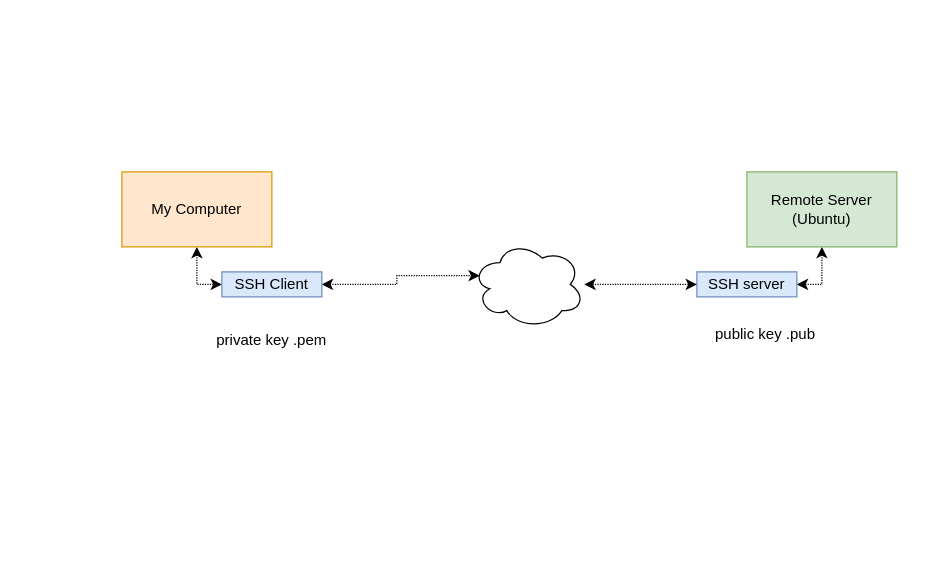
The draw.io diagram page "Linux - SSH" (3 of 3) of ssh.drawio in emersonmellado/devopsbc, before the edit. Source tidied: cells renumbered, new cells numbered last; positions are measured from the earlier drawing's top-left corner, leaving out a move shared by most shapes. Both pictures are drawn from the tidied source at 125%, with x=0, y=0 at pixel (121, 171).
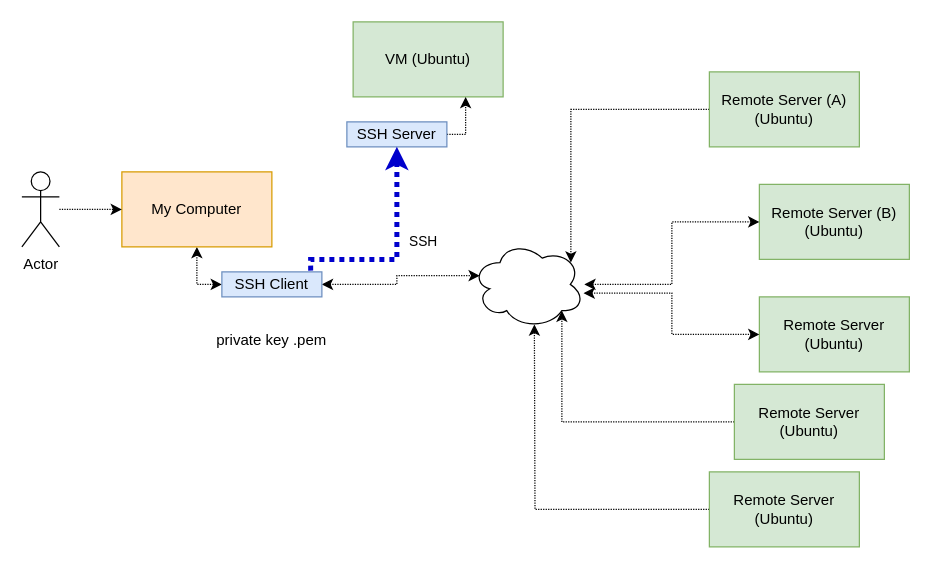
After the change.

The change refers to these unchanged cells:
```xml
<mxCell id="3" value="My Computer" style="rounded=0;whiteSpace=wrap;html=1;fillColor=#ffe6cc;strokeColor=#d79b00;" parent="1" vertex="1">
  <mxGeometry width="120" height="60" as="geometry" />
</mxCell>
<mxCell id="7" value="SSH Client" style="rounded=0;whiteSpace=wrap;html=1;fillColor=#dae8fc;strokeColor=#6c8ebf;" parent="1" vertex="1">
  <mxGeometry x="80" y="80" width="80" height="20" as="geometry" />
</mxCell>
<mxCell id="10" style="ellipse;shape=cloud;whiteSpace=wrap;html=1;" parent="1" vertex="1">
  <mxGeometry x="280" y="55" width="90" height="70" as="geometry" />
</mxCell>
```

Change to the diagram source:
```diff
@@
-    <mxCell id="4" style="edgeStyle=orthogonalEdgeStyle;rounded=0;jettySize=auto;html=1;entryX=1;entryY=0.5;entryDx=0;entryDy=0;dashed=1;dashPattern=1 1;startArrow=classic;startFill=1;" parent="1" edge="1" source="5" target="8">
-      <mxGeometry relative="1" as="geometry" />
-    </mxCell>
-    <mxCell id="5" value="Remote Server&lt;br&gt;(Ubuntu)" style="rounded=0;whiteSpace=wrap;html=1;fillColor=#d5e8d4;strokeColor=#82b366;" parent="1" vertex="1">
-      <mxGeometry x="500" width="120" height="60" as="geometry" />
+    <mxCell id="5" value="Remote Server (B)&lt;br&gt;(Ubuntu)" style="rounded=0;whiteSpace=wrap;html=1;fillColor=#d5e8d4;strokeColor=#82b366;" parent="1" vertex="1">
+      <mxGeometry x="510" y="10" width="120" height="60" as="geometry" />
     </mxCell>
@@
-    <mxCell id="8" value="SSH server" style="rounded=0;whiteSpace=wrap;html=1;fillColor=#dae8fc;strokeColor=#6c8ebf;" parent="1" vertex="1">
-      <mxGeometry x="460" y="80" width="80" height="20" as="geometry" />
-    </mxCell>
-    <mxCell id="9" style="edgeStyle=orthogonalEdgeStyle;rounded=0;jettySize=auto;html=1;dashed=1;dashPattern=1 1;startArrow=classic;startFill=1;strokeColor=#000000;" parent="1" edge="1" source="10" target="8">
+    <mxCell id="9" style="edgeStyle=orthogonalEdgeStyle;rounded=0;jettySize=auto;html=1;dashed=1;dashPattern=1 1;startArrow=classic;startFill=1;strokeColor=#000000;entryX=0;entryY=0.5;entryDx=0;entryDy=0;" parent="1" edge="1" source="10" target="5">
       <mxGeometry relative="1" as="geometry" />
     </mxCell>
@@
-    <mxCell id="12" value="public key .pub" style="text;html=1;strokeColor=none;fillColor=none;align=center;verticalAlign=middle;whiteSpace=wrap;rounded=0;" parent="1" vertex="1">
-      <mxGeometry x="450" y="120" width="130" height="20" as="geometry" />
-    </mxCell>
+    <mxCell id="13" value="Remote Server&lt;br&gt;(Ubuntu)" style="rounded=0;whiteSpace=wrap;html=1;fillColor=#d5e8d4;strokeColor=#82b366;" parent="1" vertex="1">
+      <mxGeometry x="510" y="100" width="120" height="60" as="geometry" />
+    </mxCell>
+    <mxCell id="14" style="edgeStyle=orthogonalEdgeStyle;rounded=0;jettySize=auto;html=1;dashed=1;dashPattern=1 1;startArrow=classic;startFill=1;strokeColor=#000000;entryX=0;entryY=0.5;entryDx=0;entryDy=0;exitX=0.993;exitY=0.6;exitDx=0;exitDy=0;exitPerimeter=0;" parent="1" edge="1" source="10" target="13">
+      <mxGeometry relative="1" as="geometry" />
+    </mxCell>
+    <mxCell id="15" style="edgeStyle=orthogonalEdgeStyle;rounded=0;jettySize=auto;html=1;entryX=0.8;entryY=0.8;entryDx=0;entryDy=0;entryPerimeter=0;dashed=1;dashPattern=1 1;" parent="1" edge="1" source="16" target="10">
+      <mxGeometry relative="1" as="geometry" />
+    </mxCell>
+    <mxCell id="16" value="Remote Server&lt;br&gt;(Ubuntu)" style="rounded=0;whiteSpace=wrap;html=1;fillColor=#d5e8d4;strokeColor=#82b366;" parent="1" vertex="1">
+      <mxGeometry x="490" y="170" width="120" height="60" as="geometry" />
+    </mxCell>
+    <mxCell id="17" style="edgeStyle=orthogonalEdgeStyle;rounded=0;jettySize=auto;html=1;dashed=1;dashPattern=1 1;" parent="1" edge="1" source="18">
+      <mxGeometry relative="1" as="geometry">
+        <mxPoint x="330" y="122" as="targetPoint" />
+      </mxGeometry>
+    </mxCell>
+    <mxCell id="18" value="Remote Server&lt;br&gt;(Ubuntu)" style="rounded=0;whiteSpace=wrap;html=1;fillColor=#d5e8d4;strokeColor=#82b366;" parent="1" vertex="1">
+      <mxGeometry x="470" y="240" width="120" height="60" as="geometry" />
+    </mxCell>
+    <mxCell id="19" style="edgeStyle=orthogonalEdgeStyle;rounded=0;jettySize=auto;html=1;entryX=0.88;entryY=0.25;entryDx=0;entryDy=0;entryPerimeter=0;dashed=1;dashPattern=1 1;" parent="1" edge="1" source="20" target="10">
+      <mxGeometry relative="1" as="geometry" />
+    </mxCell>
+    <mxCell id="20" value="Remote Server (A)&lt;br&gt;(Ubuntu)" style="rounded=0;whiteSpace=wrap;html=1;fillColor=#d5e8d4;strokeColor=#82b366;" parent="1" vertex="1">
+      <mxGeometry x="470" y="-80" width="120" height="60" as="geometry" />
+    </mxCell>
+    <mxCell id="21" style="edgeStyle=orthogonalEdgeStyle;rounded=0;jettySize=auto;html=1;dashed=1;dashPattern=1 1;" parent="1" edge="1" source="22" target="3">
+      <mxGeometry relative="1" as="geometry" />
+    </mxCell>
+    <mxCell id="22" value="Actor" style="shape=umlActor;verticalLabelPosition=bottom;verticalAlign=top;html=1;outlineConnect=0;" parent="1" vertex="1">
+      <mxGeometry x="-80" width="30" height="60" as="geometry" />
+    </mxCell>
+    <mxCell id="23" value="VM (Ubuntu)" style="rounded=0;whiteSpace=wrap;html=1;fillColor=#d5e8d4;strokeColor=#82b366;" parent="1" vertex="1">
+      <mxGeometry x="185" y="-120" width="120" height="60" as="geometry" />
+    </mxCell>
+    <mxCell id="24" style="edgeStyle=orthogonalEdgeStyle;rounded=0;jettySize=auto;html=1;entryX=0.75;entryY=1;entryDx=0;entryDy=0;dashed=1;dashPattern=1 1;exitX=1;exitY=0.5;exitDx=0;exitDy=0;" parent="1" edge="1" source="25" target="23">
+      <mxGeometry relative="1" as="geometry" />
+    </mxCell>
+    <mxCell id="25" value="SSH Server" style="rounded=0;whiteSpace=wrap;html=1;fillColor=#dae8fc;strokeColor=#6c8ebf;" parent="1" vertex="1">
+      <mxGeometry x="180" y="-40" width="80" height="20" as="geometry" />
+    </mxCell>
+    <mxCell id="26" style="edgeStyle=orthogonalEdgeStyle;rounded=0;jettySize=auto;html=1;dashed=1;dashPattern=1 1;exitX=0.888;exitY=-0.05;exitDx=0;exitDy=0;exitPerimeter=0;strokeColor=#0000CC;strokeWidth=4;" parent="1" edge="1" source="7" target="25">
+      <mxGeometry relative="1" as="geometry">
+        <Array as="points">
+          <mxPoint x="151" y="70" />
+          <mxPoint x="220" y="70" />
+        </Array>
+      </mxGeometry>
+    </mxCell>
+    <mxCell id="27" value="SSH" style="edgeLabel;html=1;align=center;verticalAlign=middle;rotation=0;" parent="26" vertex="1">
+      <mxGeometry x="0.13" y="-3" relative="1" as="geometry">
+        <mxPoint x="17" y="2" as="offset" />
+      </mxGeometry>
+    </mxCell>
```
